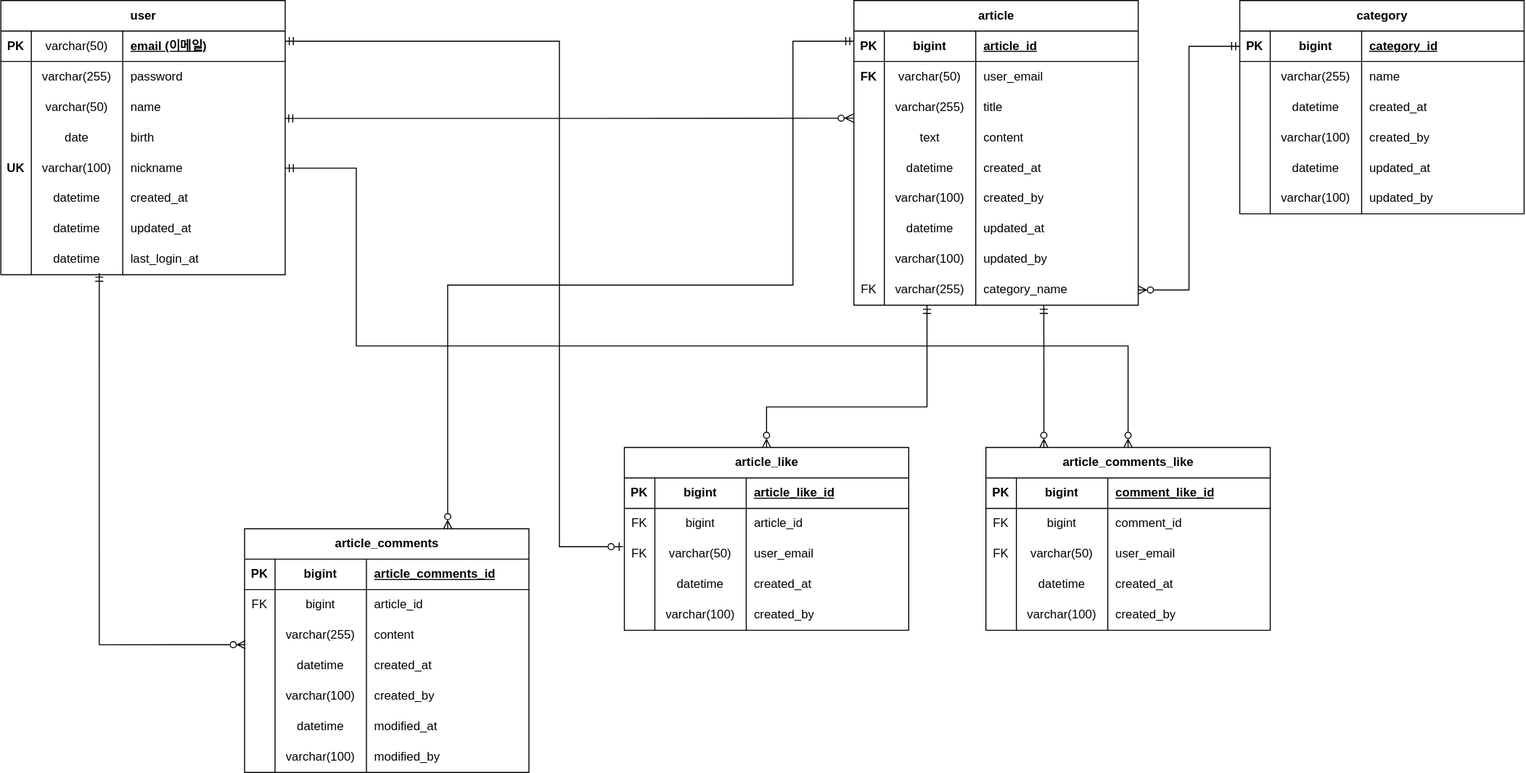
6810779s/board-fullstack-pjt keeps this draw.io diagram as back/src/main/resources/ERD.svg. Above is the earlier version. Source tidied: cells renumbered, new cells last; positions are measured from the earlier drawing's top-left corner, leaving out a move shared by most shapes.
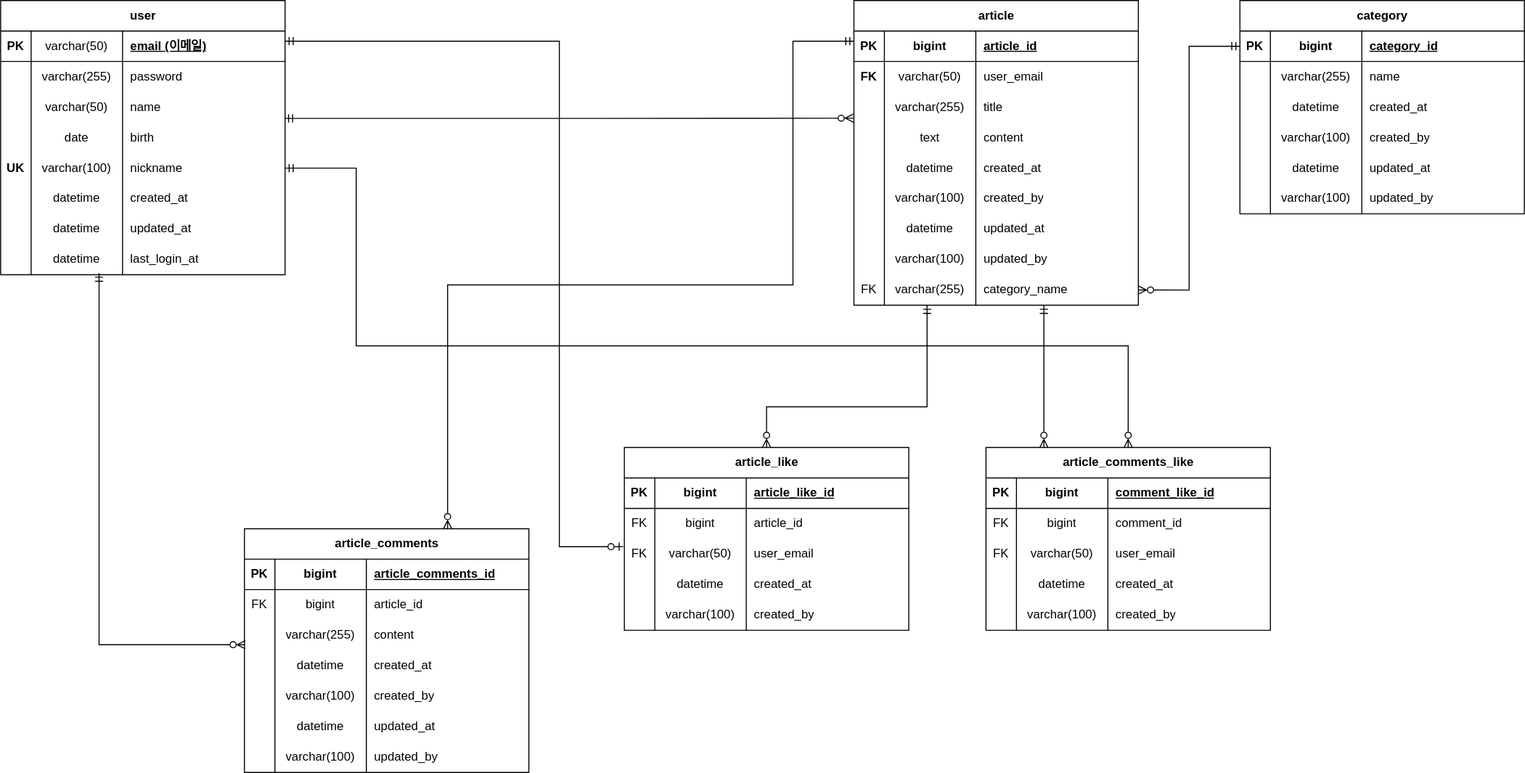
The same diagram one commit later.

Commit message:
ERD 컬럼명 modify를 update로 수정

Change to the diagram source:
```diff
@@ -284,7 +284,7 @@
     <mxCell id="95" value="datetime" style="shape=partialRectangle;fillColor=none;top=0;left=0;bottom=0;right=0;overflow=hidden;whiteSpace=wrap;html=1;" parent="93" vertex="1">
       <mxGeometry x="30" width="90" height="30" as="geometry" />
     </mxCell>
-    <mxCell id="96" value="modified_at" style="shape=partialRectangle;fillColor=none;top=0;left=0;bottom=0;right=0;align=left;spacingLeft=6;overflow=hidden;whiteSpace=wrap;html=1;" parent="93" vertex="1">
+    <mxCell id="96" value="updated_at" style="shape=partialRectangle;fillColor=none;top=0;left=0;bottom=0;right=0;align=left;spacingLeft=6;overflow=hidden;whiteSpace=wrap;html=1;" parent="93" vertex="1">
       <mxGeometry x="120" width="160" height="30" as="geometry" />
     </mxCell>
     <mxCell id="97" style="shape=tableRow;horizontal=0;startSize=0;swimlaneHead=0;swimlaneBody=0;fillColor=none;top=0;left=0;right=0;bottom=0;" parent="72" vertex="1">
@@ -296,7 +296,7 @@
     <mxCell id="99" value="varchar(100)" style="shape=partialRectangle;fillColor=none;top=0;left=0;bottom=0;right=0;overflow=hidden;whiteSpace=wrap;html=1;" parent="97" vertex="1">
       <mxGeometry x="30" width="90" height="30" as="geometry" />
     </mxCell>
-    <mxCell id="100" value="modified_by" style="shape=partialRectangle;fillColor=none;top=0;left=0;bottom=0;right=0;align=left;spacingLeft=6;overflow=hidden;whiteSpace=wrap;html=1;" parent="97" vertex="1">
+    <mxCell id="100" value="updated_by" style="shape=partialRectangle;fillColor=none;top=0;left=0;bottom=0;right=0;align=left;spacingLeft=6;overflow=hidden;whiteSpace=wrap;html=1;" parent="97" vertex="1">
       <mxGeometry x="120" width="160" height="30" as="geometry" />
     </mxCell>
     <mxCell id="101" value="article_like" style="shape=table;startSize=30;rowLines=0;fontStyle=1;align=center;html=1;" parent="1" vertex="1">
```
